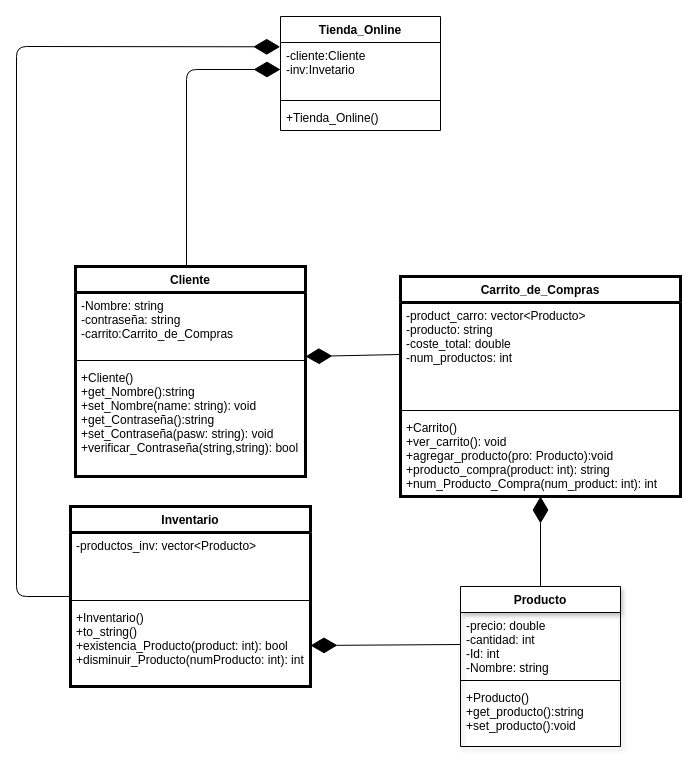
C-CEM-TC1033-304-2213/intregrador-SantiagoCastro05 keeps this draw.io diagram as Tienda online.drawio. Above is the earlier version. Source tidied: cells renumbered, new cells numbered last; positions are measured from the earlier drawing's top-left corner, leaving out a move shared by most shapes. Both pictures are drawn from the tidied source at 100%, with x=0, y=0 at pixel (16, 16).
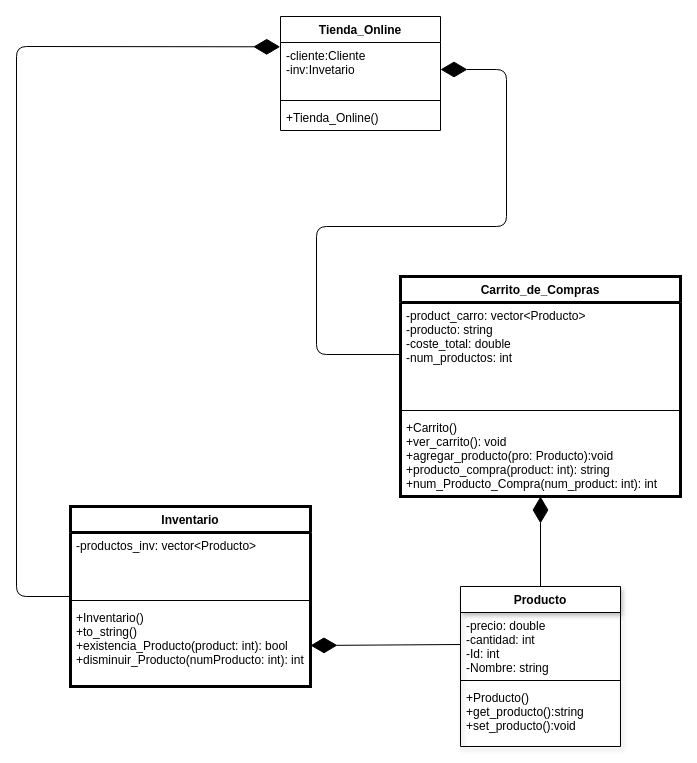
The same diagram, later.

The change refers to these unchanged cells:
```xml
<mxCell id="7" value="-product_carro: vector&lt;Producto&gt;&#10;-producto: string&#10;-coste_total: double&#10;-num_productos: int" style="text;strokeColor=none;fillColor=none;align=left;verticalAlign=top;spacingLeft=4;spacingRight=4;overflow=hidden;points=[[0,0.5],[1,0.5]];portConstraint=eastwest;" parent="6" vertex="1">
  <mxGeometry y="26" width="280" height="104" as="geometry" />
</mxCell>
<mxCell id="18" value="-cliente:Cliente&#10;-inv:Invetario&#10;&#10;" style="text;strokeColor=none;fillColor=none;align=left;verticalAlign=top;spacingLeft=4;spacingRight=4;overflow=hidden;points=[[0,0.5],[1,0.5]];portConstraint=eastwest;" parent="17" vertex="1">
  <mxGeometry y="26" width="160" height="54" as="geometry" />
</mxCell>
```

Diff of the diagram source:
```diff
@@
-    <mxCell id="2" value="Cliente" style="swimlane;fontStyle=1;align=center;verticalAlign=top;horizontal=1;startSize=26;strokeWidth=3;" parent="1" vertex="1">
-      <mxGeometry x="59" y="250" width="230" height="210" as="geometry" />
-    </mxCell>
-    <mxCell id="3" value="-Nombre: string&#10;-contraseña: string&#10;-carrito:Carrito_de_Compras" style="text;strokeColor=none;fillColor=none;align=left;verticalAlign=top;spacingLeft=4;spacingRight=4;overflow=hidden;" parent="2" vertex="1">
-      <mxGeometry y="26" width="230" height="64" as="geometry" />
-    </mxCell>
-    <mxCell id="4" style="line;strokeWidth=1;fillColor=none;align=left;verticalAlign=middle;spacingTop=-1;spacingLeft=3;spacingRight=3;labelPosition=right;" parent="2" vertex="1">
-      <mxGeometry y="90" width="230" height="8" as="geometry" />
-    </mxCell>
-    <mxCell id="5" value="+Cliente()&#10;+get_Nombre():string&#10;+set_Nombre(name: string): void&#10;+get_Contraseña():string&#10;+set_Contraseña(pasw: string): void&#10;+verificar_Contraseña(string,string): bool" style="text;strokeColor=none;fillColor=none;align=left;verticalAlign=top;spacingLeft=4;spacingRight=4;overflow=hidden;" parent="2" vertex="1">
-      <mxGeometry y="98" width="230" height="112" as="geometry" />
-    </mxCell>
@@
-    <mxCell id="14" style="endArrow=diamondThin;endFill=1;endSize=24;html=1;exitX=0;exitY=0.5;exitDx=0;exitDy=0;" parent="1" edge="1" source="7">
+    <mxCell id="14" style="endArrow=diamondThin;endFill=1;endSize=24;html=1;exitX=0;exitY=0.5;exitDx=0;exitDy=0;entryX=1;entryY=0.5;entryDx=0;entryDy=0;" parent="1" edge="1" source="7" target="18">
       <mxGeometry relative="1" as="geometry">
-        <mxPoint x="289" y="340" as="targetPoint" />
+        <Array as="points">
+          <mxPoint x="300" y="338" />
+          <mxPoint x="300" y="210" />
+          <mxPoint x="490" y="210" />
+          <mxPoint x="490" y="53" />
+        </Array>
       </mxGeometry>
     </mxCell>
@@
-    <mxCell id="21" style="endArrow=diamondThin;endFill=1;endSize=24;html=1;entryX=0;entryY=0.5;entryDx=0;entryDy=0;" parent="1" edge="1" target="18">
-      <mxGeometry relative="1" as="geometry">
-        <mxPoint x="170" y="250" as="sourcePoint" />
-        <Array as="points">
-          <mxPoint x="170" y="53" />
-        </Array>
-      </mxGeometry>
-    </mxCell>
```
